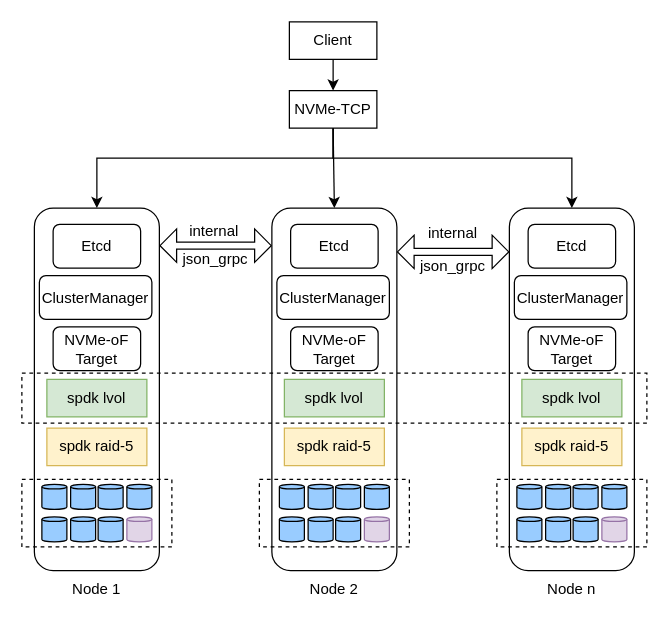
luqitao/drawio_files keeps this draw.io diagram as 块存储架构.drawio. Above is the earlier version. Source tidied: cells renumbered, new cells numbered last; positions are measured from the earlier drawing's top-left corner, leaving out a move shared by most shapes. Both pictures are drawn from the tidied source at 125%, with x=0, y=0 at pixel (21, 21).
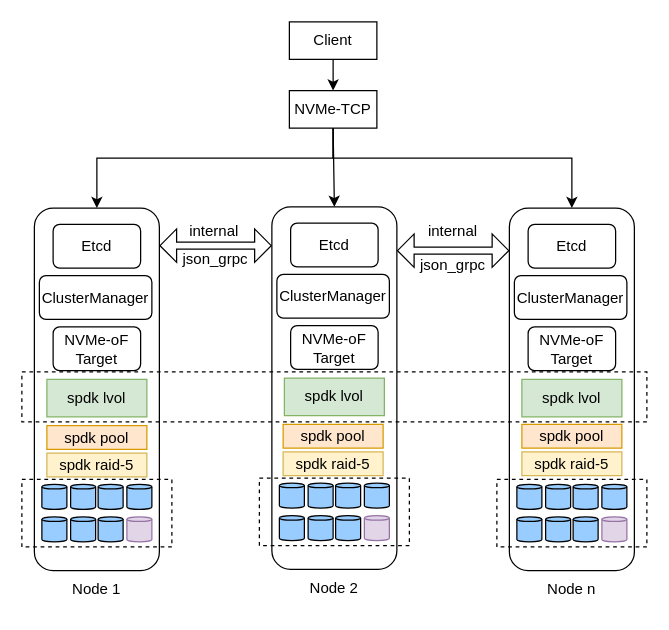
After the change.

Commit message (it also covers changes not shown here):
Update 块存储架构.drawio

Unchanged cells that the change refers to:
```xml
<mxCell id="2" style="group;" parent="1" vertex="1">
  <mxGeometry x="380" y="149" width="120" height="320" as="geometry" />
</mxCell>
<mxCell id="24" style="group;" parent="1" vertex="1">
  <mxGeometry y="149" width="120" height="320" as="geometry" />
</mxCell>
```

What changed in the source:
```diff
@@
-    <mxCell id="5" value="spdk raid-5" style="text;html=1;strokeColor=#d6b656;fillColor=#fff2cc;align=center;verticalAlign=middle;whiteSpace=wrap;rounded=0;" parent="2" vertex="1">
-      <mxGeometry x="20" y="176" width="80" height="30" as="geometry" />
-    </mxCell>
@@
     <mxCell id="27" value="spdk raid-5" style="text;html=1;strokeColor=#d6b656;fillColor=#fff2cc;align=center;verticalAlign=middle;whiteSpace=wrap;rounded=0;" parent="24" vertex="1">
-      <mxGeometry x="20" y="176" width="80" height="30" as="geometry" />
+      <mxGeometry x="20" y="196" width="80" height="19" as="geometry" />
     </mxCell>
@@
     <mxCell id="42" style="group;" parent="1" vertex="1">
-      <mxGeometry x="190" y="149" width="310" height="320" as="geometry" />
+      <mxGeometry x="190" y="148" width="310" height="320" as="geometry" />
     </mxCell>
@@
-    <mxCell id="45" value="spdk raid-5" style="text;html=1;strokeColor=#d6b656;fillColor=#fff2cc;align=center;verticalAlign=middle;whiteSpace=wrap;rounded=0;" parent="42" vertex="1">
-      <mxGeometry x="20" y="176" width="80" height="30" as="geometry" />
-    </mxCell>
@@
+    <mxCell id="69" value="spdk pool" style="text;html=1;strokeColor=#d79b00;fillColor=#ffe6cc;align=center;verticalAlign=middle;whiteSpace=wrap;rounded=0;" parent="42" vertex="1">
+      <mxGeometry x="19" y="174" width="80" height="19" as="geometry" />
+    </mxCell>
+    <mxCell id="70" value="spdk raid-5" style="text;html=1;strokeColor=#d6b656;fillColor=#fff2cc;align=center;verticalAlign=middle;whiteSpace=wrap;rounded=0;" parent="42" vertex="1">
+      <mxGeometry x="19" y="196" width="80" height="19" as="geometry" />
+    </mxCell>
+    <mxCell id="71" value="spdk raid-5" style="text;html=1;strokeColor=#d6b656;fillColor=#fff2cc;align=center;verticalAlign=middle;whiteSpace=wrap;rounded=0;" parent="42" vertex="1">
+      <mxGeometry x="210" y="196" width="80" height="19" as="geometry" />
+    </mxCell>
+    <mxCell id="72" value="spdk pool" style="text;html=1;strokeColor=#d79b00;fillColor=#ffe6cc;align=center;verticalAlign=middle;whiteSpace=wrap;rounded=0;" parent="42" vertex="1">
+      <mxGeometry x="210" y="174" width="80" height="19" as="geometry" />
+    </mxCell>
@@
+    <mxCell id="73" value="spdk pool" style="text;html=1;strokeColor=#d79b00;fillColor=#ffe6cc;align=center;verticalAlign=middle;whiteSpace=wrap;rounded=0;" parent="1" vertex="1">
+      <mxGeometry x="20" y="323" width="80" height="19" as="geometry" />
+    </mxCell>
```
